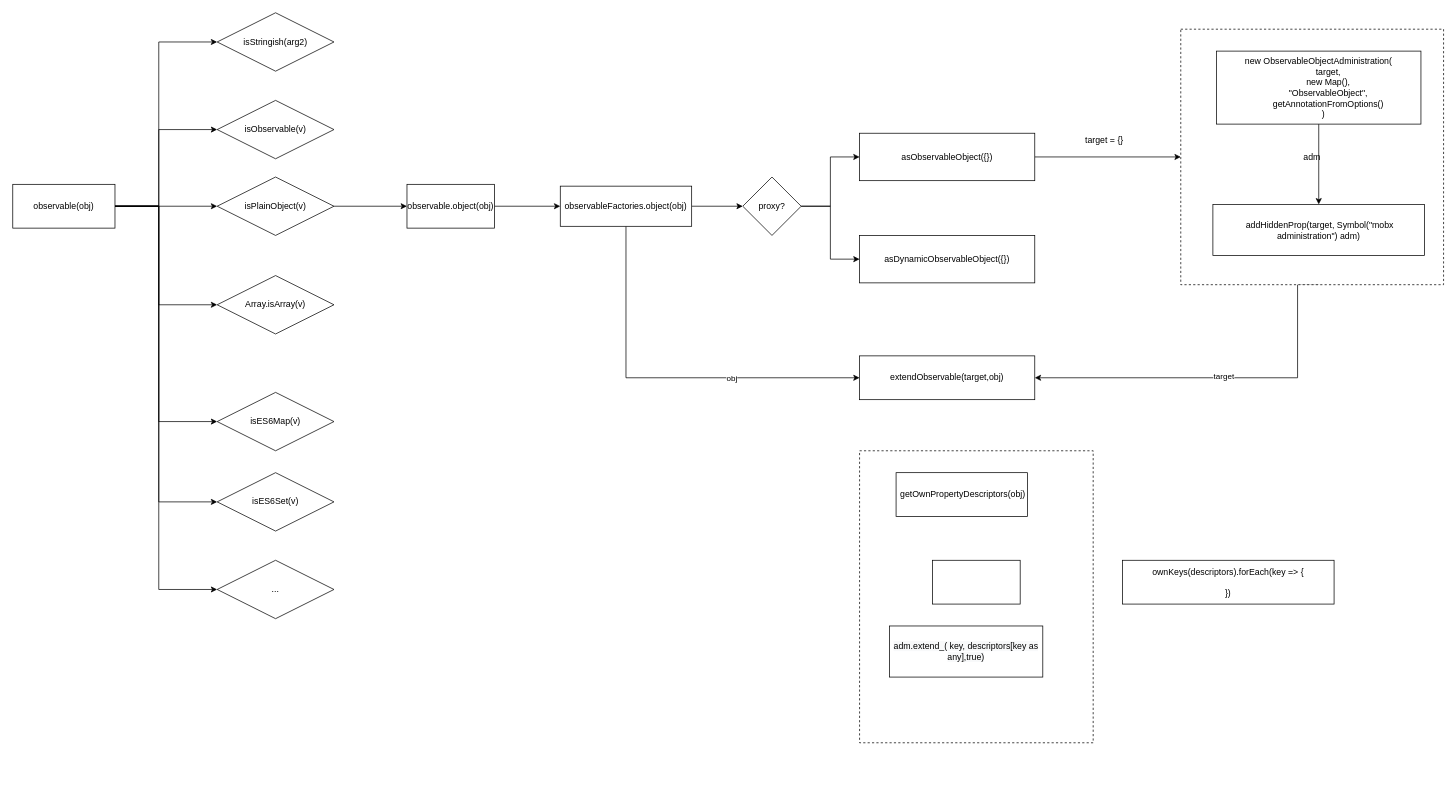
This is mobx.drawio from zzy1661/diagram, a draw.io file, before an edit. Source tidied: cells renumbered, new cells numbered last; positions are measured from the earlier drawing's top-left corner, leaving out a move shared by most shapes. Both pictures are drawn from the tidied source at 73%, with x=0, y=0 at pixel (12, 12).
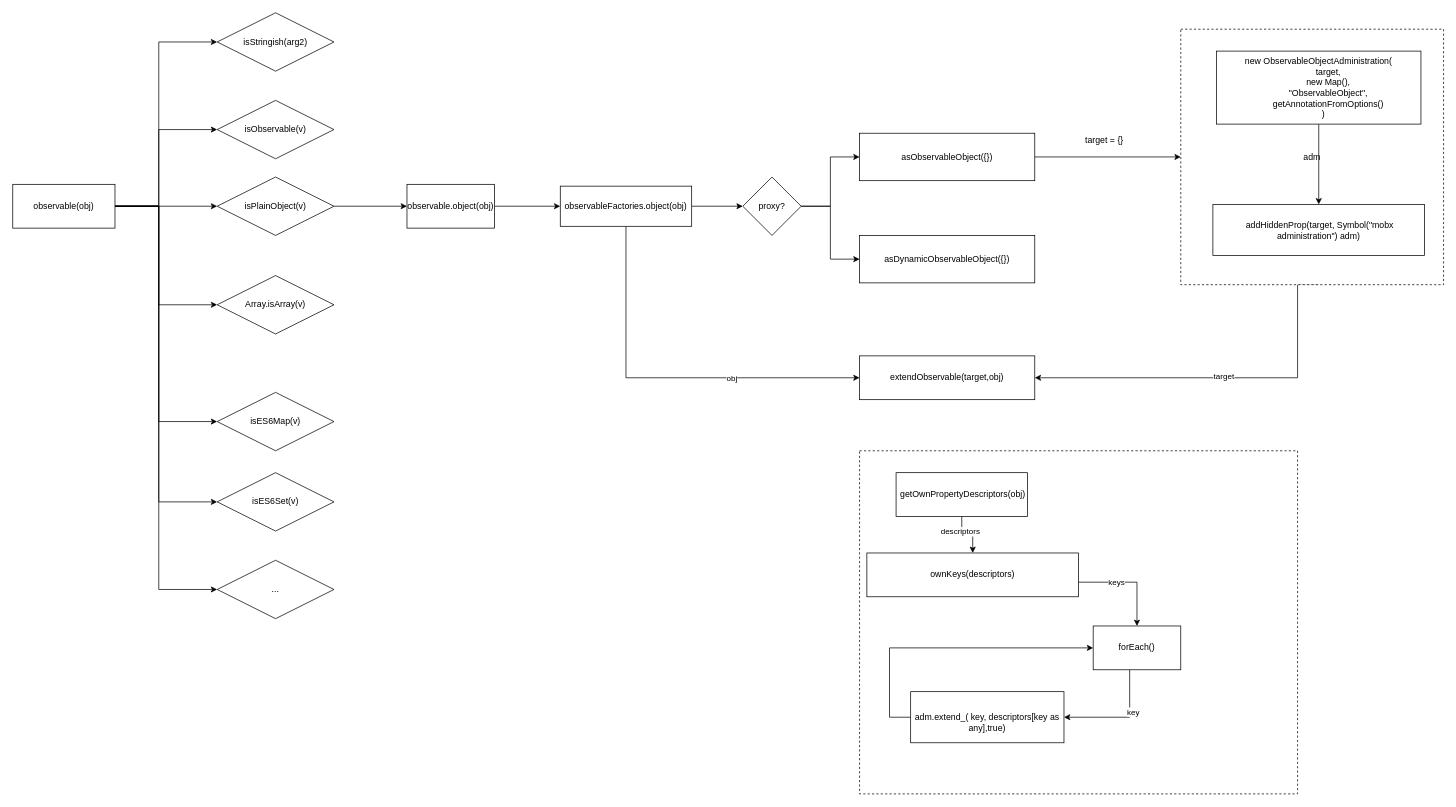
The same diagram, later.

Unchanged cells that the change refers to:
```xml
<mxCell id="39" value="&amp;nbsp;getOwnPropertyDescriptors(obj)" style="rounded=0;whiteSpace=wrap;html=1;shadow=0;glass=0;sketch=0;" parent="1" vertex="1">
  <mxGeometry x="1210" y="630" width="180" height="60" as="geometry" />
</mxCell>
```

The edit, as a diff of the source:
```diff
@@
+    <mxCell id="38" style="rounded=0;whiteSpace=wrap;html=1;shadow=0;glass=0;dashed=1;sketch=0;" parent="1" vertex="1">
+      <mxGeometry x="1160" y="600" width="600" height="470" as="geometry" />
+    </mxCell>
@@
-    <mxCell id="38" style="rounded=0;whiteSpace=wrap;html=1;shadow=0;glass=0;dashed=1;sketch=0;" parent="1" vertex="1">
-      <mxGeometry x="1160" y="600" width="320" height="400" as="geometry" />
-    </mxCell>
+    <mxCell id="43" style="edgeStyle=orthogonalEdgeStyle;rounded=0;jettySize=auto;html=1;" parent="1" edge="1" source="39" target="40">
+      <mxGeometry relative="1" as="geometry" />
+    </mxCell>
+    <mxCell id="44" value="descriptors" style="edgeLabel;html=1;align=center;verticalAlign=middle;" parent="43" vertex="1">
+      <mxGeometry x="-0.38" y="-3" relative="1" as="geometry" />
+    </mxCell>
@@
+    <mxCell id="45" style="edgeStyle=orthogonalEdgeStyle;rounded=0;jettySize=auto;html=1;" parent="1" edge="1" source="40" target="42">
+      <mxGeometry relative="1" as="geometry">
+        <Array as="points">
+          <mxPoint x="1410" y="780" />
+          <mxPoint x="1410" y="780" />
+        </Array>
+      </mxGeometry>
+    </mxCell>
+    <mxCell id="46" value="keys" style="edgeLabel;html=1;align=center;verticalAlign=middle;" parent="45" vertex="1">
+      <mxGeometry x="-0.27" y="1" relative="1" as="geometry" />
+    </mxCell>
-    <mxCell id="40" value="&lt;div&gt;ownKeys(descriptors).forEach(key =&amp;gt; {&lt;/div&gt;&lt;div&gt;&amp;nbsp; &amp;nbsp;&amp;nbsp;&lt;/div&gt;&lt;div&gt;})&lt;/div&gt;" style="rounded=0;whiteSpace=wrap;html=1;shadow=0;glass=0;sketch=0;" parent="1" vertex="1">
-      <mxGeometry x="1520" y="750" width="290" height="60" as="geometry" />
+    <mxCell id="40" value="&lt;div&gt;ownKeys(descriptors)&lt;/div&gt;" style="rounded=0;whiteSpace=wrap;html=1;shadow=0;glass=0;sketch=0;" parent="1" vertex="1">
+      <mxGeometry x="1170" y="740" width="290" height="60" as="geometry" />
     </mxCell>
+    <mxCell id="47" style="edgeStyle=orthogonalEdgeStyle;rounded=0;jettySize=auto;html=1;entryX=0;entryY=0.5;entryDx=0;entryDy=0;" parent="1" edge="1" source="41" target="42">
+      <mxGeometry relative="1" as="geometry">
+        <Array as="points">
+          <mxPoint x="1201" y="965" />
+          <mxPoint x="1201" y="870" />
+        </Array>
+      </mxGeometry>
+    </mxCell>
-    <mxCell id="41" value="&#10;&#10;&lt;span style=&quot;color: rgb(0, 0, 0); font-family: helvetica; font-size: 12px; font-style: normal; font-weight: 400; letter-spacing: normal; text-align: center; text-indent: 0px; text-transform: none; word-spacing: 0px; background-color: rgb(248, 249, 250); display: inline; float: none;&quot;&gt;adm.extend_( key, descriptors[key as any],true)&lt;/span&gt;&#10;&#10;" style="rounded=0;whiteSpace=wrap;html=1;shadow=0;glass=0;sketch=0;" parent="1" vertex="1">
-      <mxGeometry x="1201" y="840" width="210" height="70" as="geometry" />
+    <mxCell id="41" value="&lt;div&gt;&lt;br&gt;&lt;/div&gt;&lt;div&gt;&lt;br&gt;&lt;/div&gt;&lt;div&gt;adm.extend_( key, descriptors[key as any],true)&lt;/div&gt;&lt;div&gt;&lt;br&gt;&lt;/div&gt;" style="rounded=0;whiteSpace=wrap;html=1;shadow=0;glass=0;sketch=0;" parent="1" vertex="1">
+      <mxGeometry x="1230" y="930" width="210" height="70" as="geometry" />
     </mxCell>
+    <mxCell id="48" style="edgeStyle=orthogonalEdgeStyle;rounded=0;jettySize=auto;html=1;" parent="1" edge="1" source="42" target="41">
+      <mxGeometry relative="1" as="geometry">
+        <Array as="points">
+          <mxPoint x="1530" y="965" />
+        </Array>
+      </mxGeometry>
+    </mxCell>
+    <mxCell id="49" value="key" style="edgeLabel;html=1;align=center;verticalAlign=middle;" parent="48" vertex="1">
+      <mxGeometry x="-0.27" y="4" relative="1" as="geometry" />
+    </mxCell>
-    <mxCell id="42" style="rounded=0;whiteSpace=wrap;html=1;shadow=0;glass=0;sketch=0;" parent="1" vertex="1">
-      <mxGeometry x="1260" y="750" width="120" height="60" as="geometry" />
+    <mxCell id="42" value="forEach()" style="rounded=0;whiteSpace=wrap;html=1;shadow=0;glass=0;sketch=0;" parent="1" vertex="1">
+      <mxGeometry x="1480" y="840" width="120" height="60" as="geometry" />
     </mxCell>
```
